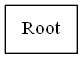
Above: imagenes/matriz.png in RoberttHernan/EDD_1S2020_PY1_201700870 (Graphviz), before the change. Its source is kept beside it as dot_s/matriz.dot. Source of this version:
```dot
digraph {
 node [shape = rectangle];
 rankdir=LR;
 noder[label ="Root"];

noder

noder


 }
```
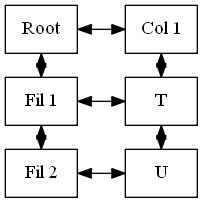
The same file after the commit.

Change to the diagram source:
```diff
@@ -2,10 +2,20 @@
  node [shape = rectangle];
  rankdir=LR;
  noder[label ="Root"];
+nodeCol_1[label="Col 1"];
+nodeFil_1[label="Fil 1"];
+node1_1[label ="T"];
+nodeFil_2[label="Fil 2"];
+node1_2[label ="U"];
 
-noder
+noder->nodeCol_1[dir =both];
+nodeFil_1->node1_1[dir =both];
+nodeFil_2->node1_2[dir =both];
 
-noder
+noder->nodeFil_1->nodeFil_2[dir =both];
+nodeCol_1->node1_1->node1_2[dir =both];
 
+{rank=same noder,nodeFil_1,nodeFil_2}
+{rank = same nodeCol_1,node1_1,node1_2}
 
  }
```
